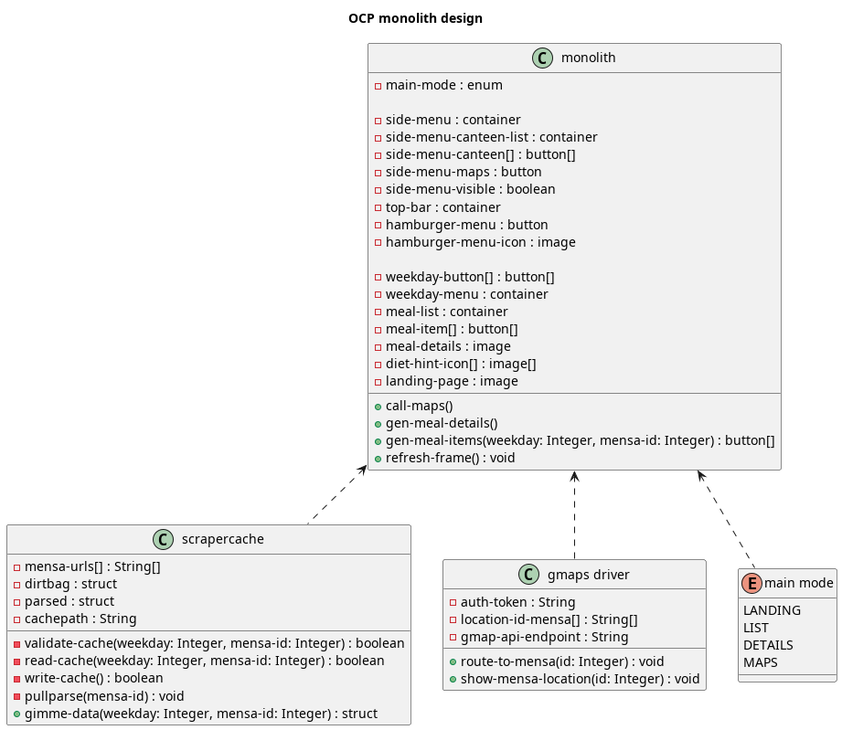
Above: doc/diagrams/rendered/class-meta.png in GahliaDHBW/Gahlia (PlantUML), before the change.
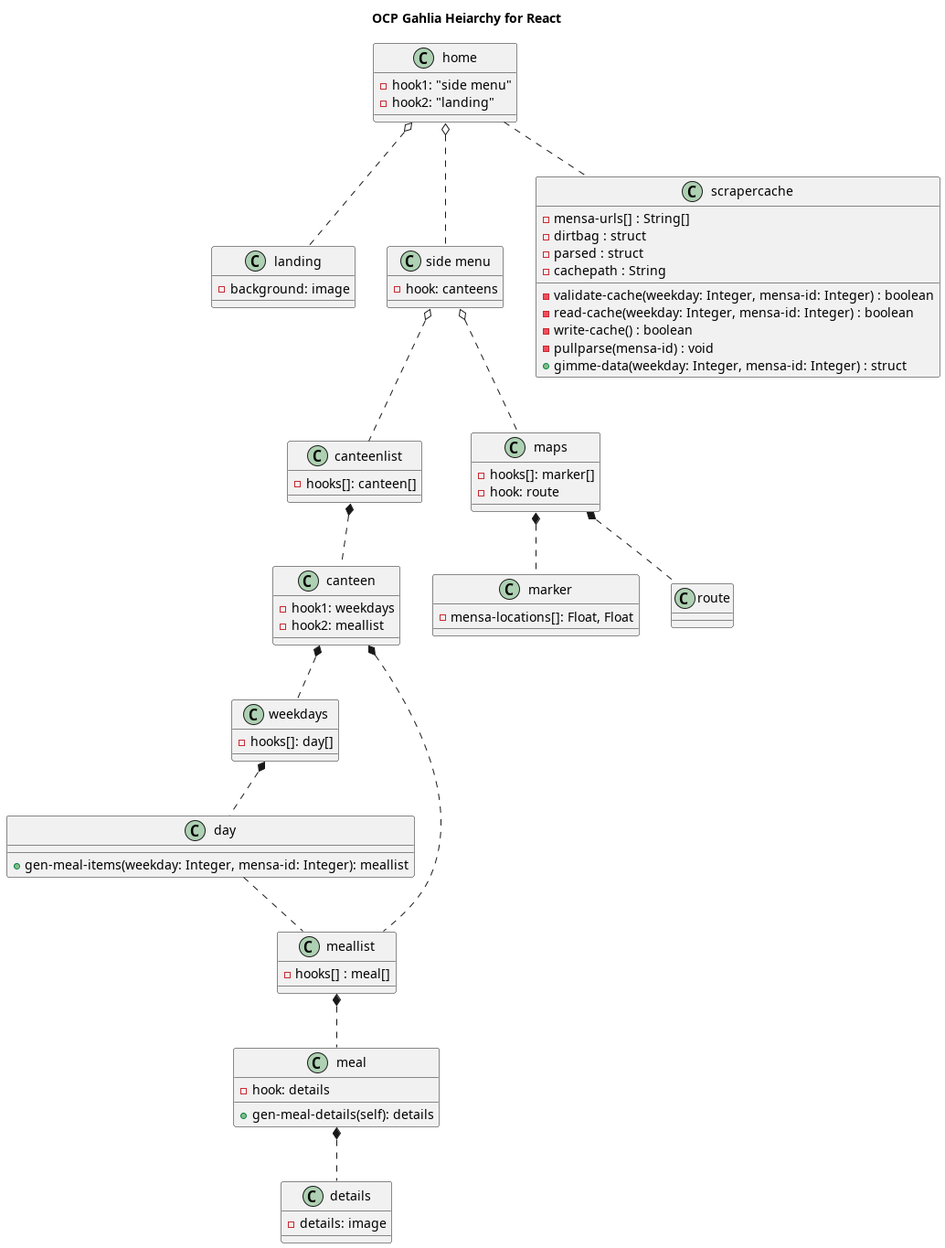
After the commit.

Commit message:
class diagram v2

The edit, as a diff of the source:
```diff
@@ -1,31 +1,61 @@
 @startuml
-Title "OCP monolith design"
-class	monolith {
- - main-mode : enum
-
- - side-menu : container
- - side-menu-canteen-list : container
- - side-menu-canteen[] : button[]
- - side-menu-maps : button
- - side-menu-visible : boolean
- - top-bar : container
- - hamburger-menu : button
- - hamburger-menu-icon : image
-
- - weekday-button[] : button[]
- - weekday-menu : container
- - meal-list : container
- - meal-item[] : button[]
- - meal-details : image
- - diet-hint-icon[] : image[]
- - landing-page : image
-
- + call-maps()
- + gen-meal-details()
- + gen-meal-items(weekday: Integer, mensa-id: Integer) : button[]
- + refresh-frame() : void
+Title "OCP Gahlia Heiarchy for React"
+class	home {
+ - hook1: "side menu"
+ - hook2: "landing"
 }
-class	scrapercache {
+class	landing {
+ - background: image
+}
+class	"side menu" {
+ - hook: canteens
+}
+class	canteenlist {
+ - hooks[]: canteen[]
+}
+class 	canteen {
+ - hook1: weekdays
+ - hook2: meallist
+}
+class	weekdays {
+ - hooks[]: day[]
+}
+class	day {
+ + gen-meal-items(weekday: Integer, mensa-id: Integer): meallist
+}
+class   meallist{
+ - hooks[] : meal[]
+}
+class 	meal {
+ - hook: details
+ + gen-meal-details(self): details
+}
+class 	details {
+ - details: image
+}
+class	maps {
+ - hooks[]: marker[]
+ - hook: route
+}
+class	marker {
+ - mensa-locations[]: Float, Float
+}
+class	route {}
+home o.. landing
+home o.. "side menu"
+"side menu" o.. canteenlist
+canteenlist *.. canteen
+canteen *.. meallist
+canteen *.. weekdays
+weekdays *.. day
+meallist *.. meal
+meal *.. details
+"side menu" o.. maps
+maps *.. marker
+maps *.. route
+home .. scrapercache
+day .. meallist
+class   scrapercache {
   - mensa-urls[] : String[]
   - dirtbag : struct
   - parsed : struct
@@ -36,23 +66,5 @@
   - write-cache() : boolean
   - pullparse(mensa-id) : void
   + gimme-data(weekday: Integer, mensa-id: Integer) : struct
-
 }
-class	"gmaps driver" {
- - auth-token : String
- - location-id-mensa[] : String[]
- - gmap-api-endpoint : String
-
- + route-to-mensa(id: Integer) : void
- + show-mensa-location(id: Integer) : void
-}
-enum "main mode" {
-  LANDING
-  LIST
-  DETAILS
-  MAPS
-}
-monolith <.. "main mode"
-monolith <.. "gmaps driver"
-monolith <.. scrapercache
 @enduml
```
